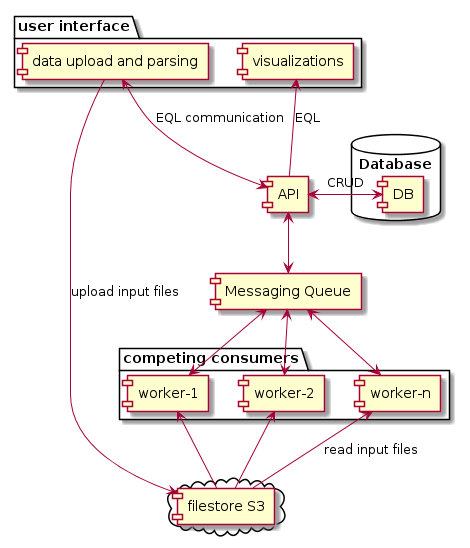
Earlier version of the PlantUML export docs/system_architecture.png (phylogeography/spread).
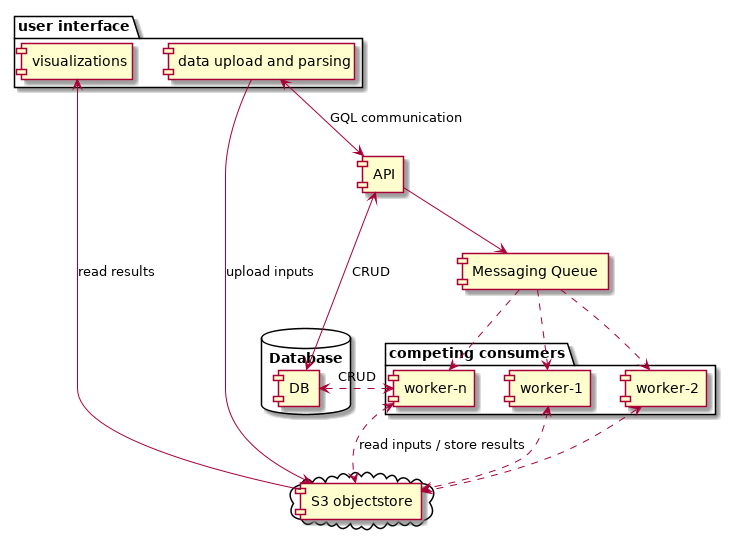
Later version of the same file.

Diff of the diagram source:
```diff
@@ -16,30 +16,31 @@
 [Messaging Queue] as messaging
 
 cloud {
-  [filestore S3] as S3
+  [S3 objectstore] as S3
 }
 
 database "Database" {
   [DB] as db
 }
 
-interface <--> api : EQL communication
+vis <- S3: read results
 
-interface -> S3 : upload input files
+interface <--> api : GQL communication
 
-vis <-- api : EQL
+interface -> S3 : upload inputs
 
-api <--> messaging
+api --> messaging
 
 api <-> db :CRUD
 
-messaging <--> w1
-w1 <-- S3
+messaging ..> w1
+w1 <..> S3
 
-messaging <--> w2
-w2 <-- S3
+messaging ..> w2
+w2 <..> S3
 
-messaging <--> wn
-wn <-- S3 : read input files
+messaging ..> wn
+wn <..> S3 : read inputs / store results
+wn <.> db : CRUD
 
 @enduml
```
